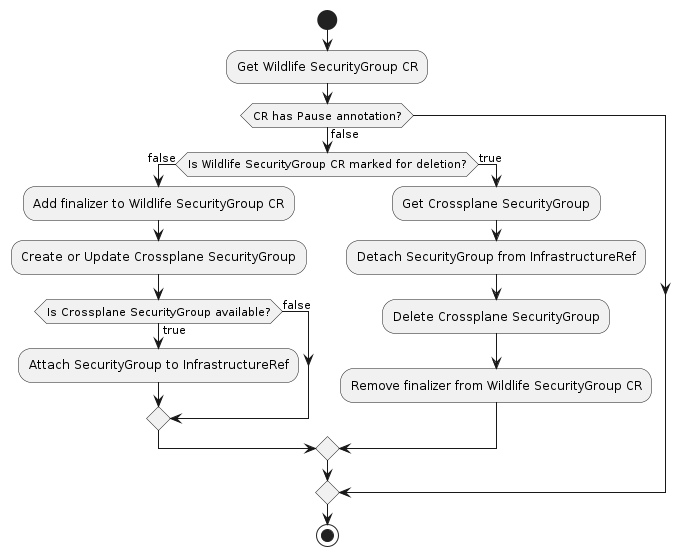
Earlier version of the PlantUML export docs/security-group/sg-controller.png (topfreegames/kubernetes-crossplane-infrastructure-operator). The source it was exported from:
```plantuml
@startuml sg-controller
start
:Get Wildlife SecurityGroup CR;
if (CR has Pause annotation?) is (false) then
    if (Is Wildlife SecurityGroup CR marked for deletion?) is (false) then
        :Add finalizer to Wildlife SecurityGroup CR;
        :Create or Update Crossplane SecurityGroup;
        if (Is Crossplane SecurityGroup available?) is (true) then
            :Attach SecurityGroup to InfrastructureRef;
        else (false)
        endif
    else (true)
        :Get Crossplane SecurityGroup;
        :Detach SecurityGroup from InfrastructureRef;
        :Delete Crossplane SecurityGroup;
        :Remove finalizer from Wildlife SecurityGroup CR;
    endif
else
endif
stop
@enduml
```
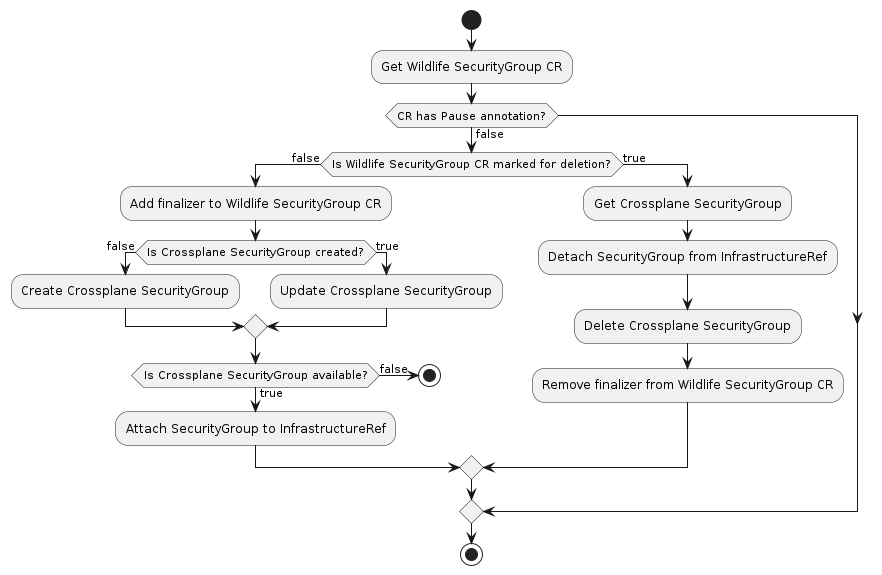
The same file after the commit.

Change to the diagram source:
```diff
@@ -4,10 +4,15 @@
 if (CR has Pause annotation?) is (false) then
     if (Is Wildlife SecurityGroup CR marked for deletion?) is (false) then
         :Add finalizer to Wildlife SecurityGroup CR;
-        :Create or Update Crossplane SecurityGroup;
+        if (Is Crossplane SecurityGroup created?) is (false) then
+        :Create Crossplane SecurityGroup;
+        else (true)
+        :Update Crossplane SecurityGroup;
+        endif
         if (Is Crossplane SecurityGroup available?) is (true) then
             :Attach SecurityGroup to InfrastructureRef;
         else (false)
+            stop
         endif
     else (true)
         :Get Crossplane SecurityGroup;
```
